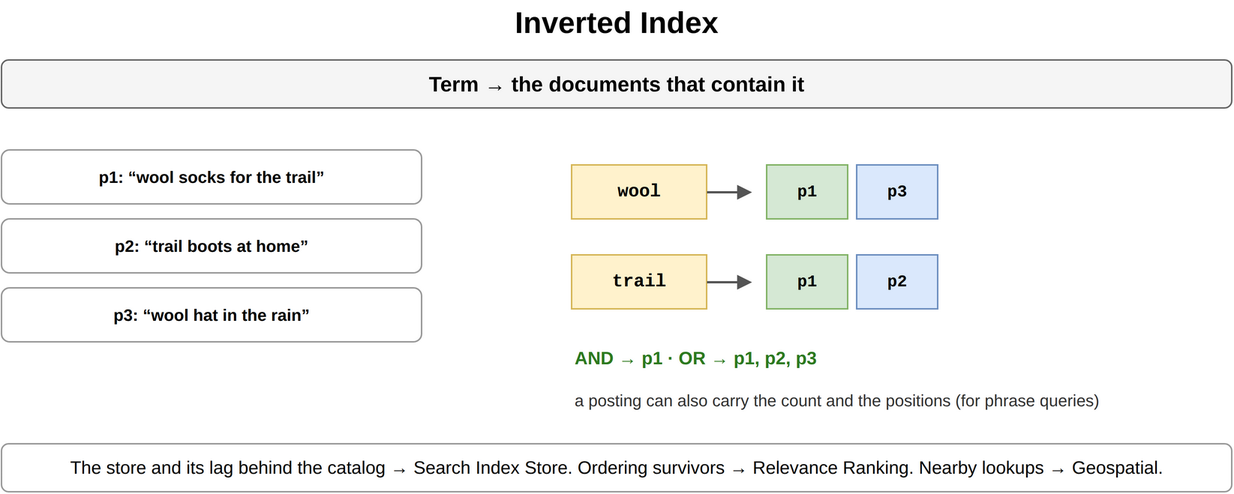
Earlier version of the draw.io export content/09_System_Design_Interview/18_Search_Autocomplete_and_Information_Retrieval/diagrams/search-6-inverted-index.png (amendez13/swe-study-guide). Source tidied: cells renumbered, new cells last; positions are measured from the earlier drawing's top-left corner, leaving out a move shared by most shapes. Its diagram source:
```xml
<mxGraphModel>
  <root>
    <mxCell id="0" />
    <mxCell id="1" parent="0" />
    <mxCell id="2" value="Inverted Index" style="text;html=1;align=center;verticalAlign=middle;whiteSpace=wrap;fontSize=20;fontStyle=1;" parent="1" vertex="1">
      <mxGeometry width="820" height="30" as="geometry" />
    </mxCell>
    <mxCell id="3" value="Term → the documents that contain it" style="rounded=1;whiteSpace=wrap;html=1;fillColor=#f5f5f5;strokeColor=#666666;fontStyle=1;fontSize=14;" parent="1" vertex="1">
      <mxGeometry y="40" width="820" height="32" as="geometry" />
    </mxCell>
    <mxCell id="4" value="p1: “wool socks for the trail”" style="rounded=1;whiteSpace=wrap;html=1;fillColor=#ffffff;strokeColor=#999999;fontSize=11;align=center;fontStyle=1;" parent="1" vertex="1">
      <mxGeometry y="100" width="280" height="36" as="geometry" />
    </mxCell>
    <mxCell id="5" value="p2: “trail boots at home”" style="rounded=1;whiteSpace=wrap;html=1;fillColor=#ffffff;strokeColor=#999999;fontSize=11;align=center;fontStyle=1;" parent="1" vertex="1">
      <mxGeometry y="146" width="280" height="36" as="geometry" />
    </mxCell>
    <mxCell id="6" value="p3: “wool hat in the rain”" style="rounded=1;whiteSpace=wrap;html=1;fillColor=#ffffff;strokeColor=#999999;fontSize=11;align=center;fontStyle=1;" parent="1" vertex="1">
      <mxGeometry y="192" width="280" height="36" as="geometry" />
    </mxCell>
    <mxCell id="7" value="wool" style="rounded=0;whiteSpace=wrap;html=1;fontFamily=Courier New;fontStyle=1;fontSize=13;fillColor=#fff2cc;strokeColor=#d6b656;fontSize=12;" parent="1" vertex="1">
      <mxGeometry x="380" y="110" width="90" height="36" as="geometry" />
    </mxCell>
    <mxCell id="8" style="endArrow=block;endSize=6;html=1;strokeWidth=1.5;strokeColor=#555555;fontSize=11;labelBackgroundColor=#ffffff;" parent="1" edge="1">
      <mxGeometry relative="1" as="geometry">
        <mxPoint x="470" y="128" as="sourcePoint" />
        <mxPoint x="500" y="128" as="targetPoint" />
      </mxGeometry>
    </mxCell>
    <mxCell id="9" value="p1" style="rounded=0;whiteSpace=wrap;html=1;fontFamily=Courier New;fontStyle=1;fontSize=13;fillColor=#d5e8d4;strokeColor=#82b366;fontSize=11;" parent="1" vertex="1">
      <mxGeometry x="510" y="110" width="54" height="36" as="geometry" />
    </mxCell>
    <mxCell id="10" value="p3" style="rounded=0;whiteSpace=wrap;html=1;fontFamily=Courier New;fontStyle=1;fontSize=13;fillColor=#dae8fc;strokeColor=#6c8ebf;fontSize=11;" parent="1" vertex="1">
      <mxGeometry x="570" y="110" width="54" height="36" as="geometry" />
    </mxCell>
    <mxCell id="11" value="trail" style="rounded=0;whiteSpace=wrap;html=1;fontFamily=Courier New;fontStyle=1;fontSize=13;fillColor=#fff2cc;strokeColor=#d6b656;fontSize=12;" parent="1" vertex="1">
      <mxGeometry x="380" y="170" width="90" height="36" as="geometry" />
    </mxCell>
    <mxCell id="12" style="endArrow=block;endSize=6;html=1;strokeWidth=1.5;strokeColor=#555555;fontSize=11;labelBackgroundColor=#ffffff;" parent="1" edge="1">
      <mxGeometry relative="1" as="geometry">
        <mxPoint x="470" y="188" as="sourcePoint" />
        <mxPoint x="500" y="188" as="targetPoint" />
      </mxGeometry>
    </mxCell>
    <mxCell id="13" value="p1" style="rounded=0;whiteSpace=wrap;html=1;fontFamily=Courier New;fontStyle=1;fontSize=13;fillColor=#d5e8d4;strokeColor=#82b366;fontSize=11;" parent="1" vertex="1">
      <mxGeometry x="510" y="170" width="54" height="36" as="geometry" />
    </mxCell>
    <mxCell id="14" value="p2" style="rounded=0;whiteSpace=wrap;html=1;fontFamily=Courier New;fontStyle=1;fontSize=13;fillColor=#dae8fc;strokeColor=#6c8ebf;fontSize=11;" parent="1" vertex="1">
      <mxGeometry x="570" y="170" width="54" height="36" as="geometry" />
    </mxCell>
    <mxCell id="15" value="AND → p1 · OR → p1, p2, p3" style="text;html=1;whiteSpace=wrap;fontSize=11;align=left;verticalAlign=middle;fontSize=12;fontColor=#2d7a1f;fontStyle=1;" parent="1" vertex="1">
      <mxGeometry x="380" y="230" width="440" height="18" as="geometry" />
    </mxCell>
    <mxCell id="16" value="a posting can also carry the count and the positions (for phrase queries)" style="text;html=1;whiteSpace=wrap;fontSize=11;align=left;verticalAlign=middle;fontSize=11;fontColor=#333333;" parent="1" vertex="1">
      <mxGeometry x="380" y="252" width="440" height="30" as="geometry" />
    </mxCell>
    <mxCell id="17" value="The store and its lag behind the catalog → Search Index Store. Ordering survivors → Relevance Ranking. Nearby lookups → Geospatial." style="rounded=1;whiteSpace=wrap;html=1;fillColor=#ffffff;strokeColor=#999999;fontSize=12;align=center;" parent="1" vertex="1">
      <mxGeometry y="296" width="820" height="32" as="geometry" />
    </mxCell>
  </root>
</mxGraphModel>
```
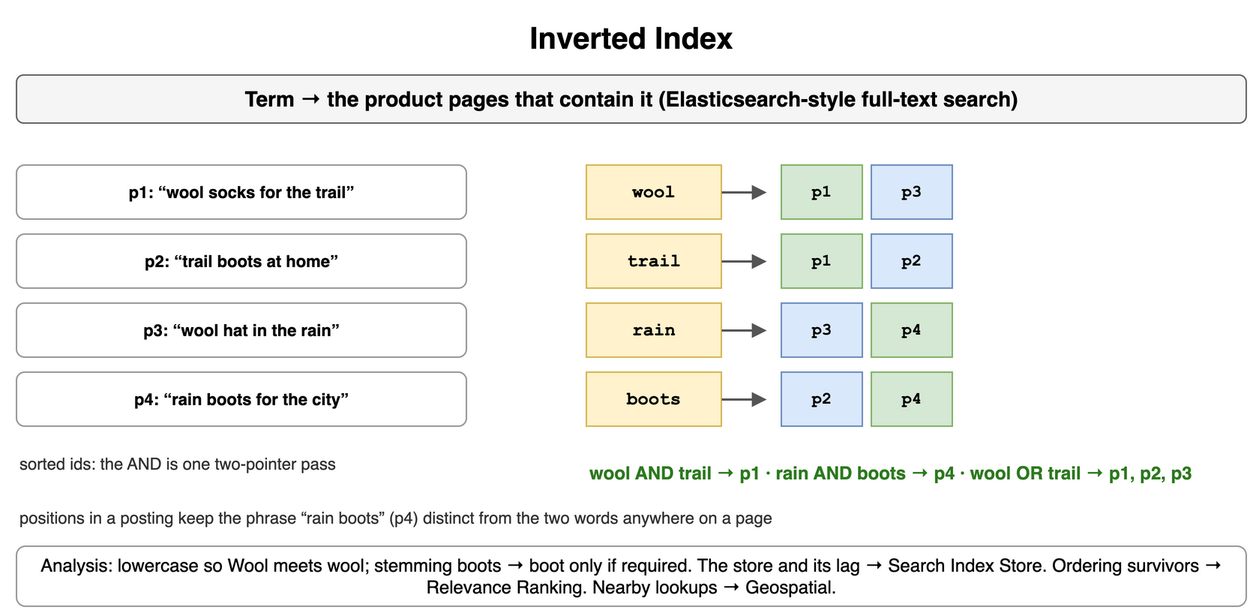
Later version of the same file.

Commit message:
docs(sdi): redraw the inverted-index diagram for the four product pages

The rewritten Inverted Index card uses four product pages (p4 "rain
boots for the city") and four postings (wool, trail, rain, boots), with
rain AND boots -> p4 and the "rain boots" phrase. The diagram still
showed three pages and two postings. Redraw page 6 only; the other 7
concept and 8 drill pages already match the current card text.

Change to the diagram source:
```diff
@@ -5,56 +5,92 @@
     <mxCell id="2" value="Inverted Index" style="text;html=1;align=center;verticalAlign=middle;whiteSpace=wrap;fontSize=20;fontStyle=1;" parent="1" vertex="1">
       <mxGeometry width="820" height="30" as="geometry" />
     </mxCell>
-    <mxCell id="3" value="Term → the documents that contain it" style="rounded=1;whiteSpace=wrap;html=1;fillColor=#f5f5f5;strokeColor=#666666;fontStyle=1;fontSize=14;" parent="1" vertex="1">
+    <mxCell id="3" value="Term → the product pages that contain it (Elasticsearch-style full-text search)" style="rounded=1;whiteSpace=wrap;html=1;fillColor=#f5f5f5;strokeColor=#666666;fontStyle=1;fontSize=14;" parent="1" vertex="1">
       <mxGeometry y="40" width="820" height="32" as="geometry" />
     </mxCell>
     <mxCell id="4" value="p1: “wool socks for the trail”" style="rounded=1;whiteSpace=wrap;html=1;fillColor=#ffffff;strokeColor=#999999;fontSize=11;align=center;fontStyle=1;" parent="1" vertex="1">
-      <mxGeometry y="100" width="280" height="36" as="geometry" />
+      <mxGeometry y="100" width="300" height="36" as="geometry" />
     </mxCell>
     <mxCell id="5" value="p2: “trail boots at home”" style="rounded=1;whiteSpace=wrap;html=1;fillColor=#ffffff;strokeColor=#999999;fontSize=11;align=center;fontStyle=1;" parent="1" vertex="1">
-      <mxGeometry y="146" width="280" height="36" as="geometry" />
+      <mxGeometry y="146" width="300" height="36" as="geometry" />
     </mxCell>
     <mxCell id="6" value="p3: “wool hat in the rain”" style="rounded=1;whiteSpace=wrap;html=1;fillColor=#ffffff;strokeColor=#999999;fontSize=11;align=center;fontStyle=1;" parent="1" vertex="1">
-      <mxGeometry y="192" width="280" height="36" as="geometry" />
+      <mxGeometry y="192" width="300" height="36" as="geometry" />
     </mxCell>
-    <mxCell id="7" value="wool" style="rounded=0;whiteSpace=wrap;html=1;fontFamily=Courier New;fontStyle=1;fontSize=13;fillColor=#fff2cc;strokeColor=#d6b656;fontSize=12;" parent="1" vertex="1">
-      <mxGeometry x="380" y="110" width="90" height="36" as="geometry" />
+    <mxCell id="7" value="p4: “rain boots for the city”" style="rounded=1;whiteSpace=wrap;html=1;fillColor=#ffffff;strokeColor=#999999;fontSize=11;align=center;fontStyle=1;" parent="1" vertex="1">
+      <mxGeometry y="238" width="300" height="36" as="geometry" />
     </mxCell>
-    <mxCell id="8" style="endArrow=block;endSize=6;html=1;strokeWidth=1.5;strokeColor=#555555;fontSize=11;labelBackgroundColor=#ffffff;" parent="1" edge="1">
-      <mxGeometry relative="1" as="geometry">
-        <mxPoint x="470" y="128" as="sourcePoint" />
-        <mxPoint x="500" y="128" as="targetPoint" />
-      </mxGeometry>
+    <mxCell id="8" value="wool" style="rounded=0;whiteSpace=wrap;html=1;fontFamily=Courier New;fontStyle=1;fontSize=13;fillColor=#fff2cc;strokeColor=#d6b656;fontSize=12;" parent="1" vertex="1">
+      <mxGeometry x="380" y="100" width="90" height="36" as="geometry" />
     </mxCell>
-    <mxCell id="9" value="p1" style="rounded=0;whiteSpace=wrap;html=1;fontFamily=Courier New;fontStyle=1;fontSize=13;fillColor=#d5e8d4;strokeColor=#82b366;fontSize=11;" parent="1" vertex="1">
-      <mxGeometry x="510" y="110" width="54" height="36" as="geometry" />
+    <mxCell id="9" style="endArrow=block;endSize=6;html=1;strokeWidth=1.5;strokeColor=#555555;fontSize=11;labelBackgroundColor=#ffffff;" parent="1" edge="1">
+      <mxGeometry relative="1" as="geometry">
+        <mxPoint x="470" y="118" as="sourcePoint" />
+        <mxPoint x="500" y="118" as="targetPoint" />
+      </mxGeometry>
     </mxCell>
-    <mxCell id="10" value="p3" style="rounded=0;whiteSpace=wrap;html=1;fontFamily=Courier New;fontStyle=1;fontSize=13;fillColor=#dae8fc;strokeColor=#6c8ebf;fontSize=11;" parent="1" vertex="1">
-      <mxGeometry x="570" y="110" width="54" height="36" as="geometry" />
+    <mxCell id="10" value="p1" style="rounded=0;whiteSpace=wrap;html=1;fontFamily=Courier New;fontStyle=1;fontSize=13;fillColor=#d5e8d4;strokeColor=#82b366;fontSize=11;" parent="1" vertex="1">
+      <mxGeometry x="510" y="100" width="54" height="36" as="geometry" />
     </mxCell>
-    <mxCell id="11" value="trail" style="rounded=0;whiteSpace=wrap;html=1;fontFamily=Courier New;fontStyle=1;fontSize=13;fillColor=#fff2cc;strokeColor=#d6b656;fontSize=12;" parent="1" vertex="1">
-      <mxGeometry x="380" y="170" width="90" height="36" as="geometry" />
+    <mxCell id="11" value="p3" style="rounded=0;whiteSpace=wrap;html=1;fontFamily=Courier New;fontStyle=1;fontSize=13;fillColor=#dae8fc;strokeColor=#6c8ebf;fontSize=11;" parent="1" vertex="1">
+      <mxGeometry x="570" y="100" width="54" height="36" as="geometry" />
     </mxCell>
-    <mxCell id="12" style="endArrow=block;endSize=6;html=1;strokeWidth=1.5;strokeColor=#555555;fontSize=11;labelBackgroundColor=#ffffff;" parent="1" edge="1">
-      <mxGeometry relative="1" as="geometry">
-        <mxPoint x="470" y="188" as="sourcePoint" />
-        <mxPoint x="500" y="188" as="targetPoint" />
-      </mxGeometry>
+    <mxCell id="12" value="trail" style="rounded=0;whiteSpace=wrap;html=1;fontFamily=Courier New;fontStyle=1;fontSize=13;fillColor=#fff2cc;strokeColor=#d6b656;fontSize=12;" parent="1" vertex="1">
+      <mxGeometry x="380" y="146" width="90" height="36" as="geometry" />
     </mxCell>
-    <mxCell id="13" value="p1" style="rounded=0;whiteSpace=wrap;html=1;fontFamily=Courier New;fontStyle=1;fontSize=13;fillColor=#d5e8d4;strokeColor=#82b366;fontSize=11;" parent="1" vertex="1">
-      <mxGeometry x="510" y="170" width="54" height="36" as="geometry" />
+    <mxCell id="13" style="endArrow=block;endSize=6;html=1;strokeWidth=1.5;strokeColor=#555555;fontSize=11;labelBackgroundColor=#ffffff;" parent="1" edge="1">
+      <mxGeometry relative="1" as="geometry">
+        <mxPoint x="470" y="164" as="sourcePoint" />
+        <mxPoint x="500" y="164" as="targetPoint" />
+      </mxGeometry>
     </mxCell>
-    <mxCell id="14" value="p2" style="rounded=0;whiteSpace=wrap;html=1;fontFamily=Courier New;fontStyle=1;fontSize=13;fillColor=#dae8fc;strokeColor=#6c8ebf;fontSize=11;" parent="1" vertex="1">
-      <mxGeometry x="570" y="170" width="54" height="36" as="geometry" />
+    <mxCell id="14" value="p1" style="rounded=0;whiteSpace=wrap;html=1;fontFamily=Courier New;fontStyle=1;fontSize=13;fillColor=#d5e8d4;strokeColor=#82b366;fontSize=11;" parent="1" vertex="1">
+      <mxGeometry x="510" y="146" width="54" height="36" as="geometry" />
     </mxCell>
-    <mxCell id="15" value="AND → p1 · OR → p1, p2, p3" style="text;html=1;whiteSpace=wrap;fontSize=11;align=left;verticalAlign=middle;fontSize=12;fontColor=#2d7a1f;fontStyle=1;" parent="1" vertex="1">
-      <mxGeometry x="380" y="230" width="440" height="18" as="geometry" />
+    <mxCell id="15" value="p2" style="rounded=0;whiteSpace=wrap;html=1;fontFamily=Courier New;fontStyle=1;fontSize=13;fillColor=#dae8fc;strokeColor=#6c8ebf;fontSize=11;" parent="1" vertex="1">
+      <mxGeometry x="570" y="146" width="54" height="36" as="geometry" />
     </mxCell>
-    <mxCell id="16" value="a posting can also carry the count and the positions (for phrase queries)" style="text;html=1;whiteSpace=wrap;fontSize=11;align=left;verticalAlign=middle;fontSize=11;fontColor=#333333;" parent="1" vertex="1">
-      <mxGeometry x="380" y="252" width="440" height="30" as="geometry" />
+    <mxCell id="16" value="rain" style="rounded=0;whiteSpace=wrap;html=1;fontFamily=Courier New;fontStyle=1;fontSize=13;fillColor=#fff2cc;strokeColor=#d6b656;fontSize=12;" parent="1" vertex="1">
+      <mxGeometry x="380" y="192" width="90" height="36" as="geometry" />
     </mxCell>
-    <mxCell id="17" value="The store and its lag behind the catalog → Search Index Store. Ordering survivors → Relevance Ranking. Nearby lookups → Geospatial." style="rounded=1;whiteSpace=wrap;html=1;fillColor=#ffffff;strokeColor=#999999;fontSize=12;align=center;" parent="1" vertex="1">
-      <mxGeometry y="296" width="820" height="32" as="geometry" />
+    <mxCell id="17" style="endArrow=block;endSize=6;html=1;strokeWidth=1.5;strokeColor=#555555;fontSize=11;labelBackgroundColor=#ffffff;" parent="1" edge="1">
+      <mxGeometry relative="1" as="geometry">
+        <mxPoint x="470" y="210" as="sourcePoint" />
+        <mxPoint x="500" y="210" as="targetPoint" />
+      </mxGeometry>
     </mxCell>
+    <mxCell id="18" value="p3" style="rounded=0;whiteSpace=wrap;html=1;fontFamily=Courier New;fontStyle=1;fontSize=13;fillColor=#dae8fc;strokeColor=#6c8ebf;fontSize=11;" parent="1" vertex="1">
+      <mxGeometry x="510" y="192" width="54" height="36" as="geometry" />
+    </mxCell>
+    <mxCell id="19" value="p4" style="rounded=0;whiteSpace=wrap;html=1;fontFamily=Courier New;fontStyle=1;fontSize=13;fillColor=#d5e8d4;strokeColor=#82b366;fontSize=11;" parent="1" vertex="1">
+      <mxGeometry x="570" y="192" width="54" height="36" as="geometry" />
+    </mxCell>
+    <mxCell id="20" value="boots" style="rounded=0;whiteSpace=wrap;html=1;fontFamily=Courier New;fontStyle=1;fontSize=13;fillColor=#fff2cc;strokeColor=#d6b656;fontSize=12;" parent="1" vertex="1">
+      <mxGeometry x="380" y="238" width="90" height="36" as="geometry" />
+    </mxCell>
+    <mxCell id="21" style="endArrow=block;endSize=6;html=1;strokeWidth=1.5;strokeColor=#555555;fontSize=11;labelBackgroundColor=#ffffff;" parent="1" edge="1">
+      <mxGeometry relative="1" as="geometry">
+        <mxPoint x="470" y="256" as="sourcePoint" />
+        <mxPoint x="500" y="256" as="targetPoint" />
+      </mxGeometry>
+    </mxCell>
+    <mxCell id="22" value="p2" style="rounded=0;whiteSpace=wrap;html=1;fontFamily=Courier New;fontStyle=1;fontSize=13;fillColor=#dae8fc;strokeColor=#6c8ebf;fontSize=11;" parent="1" vertex="1">
+      <mxGeometry x="510" y="238" width="54" height="36" as="geometry" />
+    </mxCell>
+    <mxCell id="23" value="p4" style="rounded=0;whiteSpace=wrap;html=1;fontFamily=Courier New;fontStyle=1;fontSize=13;fillColor=#d5e8d4;strokeColor=#82b366;fontSize=11;" parent="1" vertex="1">
+      <mxGeometry x="570" y="238" width="54" height="36" as="geometry" />
+    </mxCell>
+    <mxCell id="24" value="wool AND trail → p1 · rain AND boots → p4 · wool OR trail → p1, p2, p3" style="text;html=1;whiteSpace=wrap;fontSize=11;align=left;verticalAlign=middle;fontSize=12;fontColor=#2d7a1f;fontStyle=1;" parent="1" vertex="1">
+      <mxGeometry x="380" y="290" width="440" height="30" as="geometry" />
+    </mxCell>
+    <mxCell id="25" value="sorted ids: the AND is one two-pointer pass" style="text;html=1;whiteSpace=wrap;fontSize=11;align=left;verticalAlign=middle;fontSize=11;fontColor=#333333;" parent="1" vertex="1">
+      <mxGeometry y="290" width="360" height="18" as="geometry" />
+    </mxCell>
+    <mxCell id="26" value="positions in a posting keep the phrase “rain boots” (p4) distinct from the two words anywhere on a page" style="text;html=1;whiteSpace=wrap;fontSize=11;align=left;verticalAlign=middle;fontSize=11;fontColor=#333333;" parent="1" vertex="1">
+      <mxGeometry y="326" width="820" height="18" as="geometry" />
+    </mxCell>
+    <mxCell id="27" value="Analysis: lowercase so Wool meets wool; stemming boots → boot only if required. The store and its lag → Search Index Store. Ordering survivors → Relevance Ranking. Nearby lookups → Geospatial." style="rounded=1;whiteSpace=wrap;html=1;fillColor=#ffffff;strokeColor=#999999;fontSize=12;align=center;" parent="1" vertex="1">
+      <mxGeometry y="354" width="820" height="40" as="geometry" />
+    </mxCell>
   </root>
 </mxGraphModel>
```
